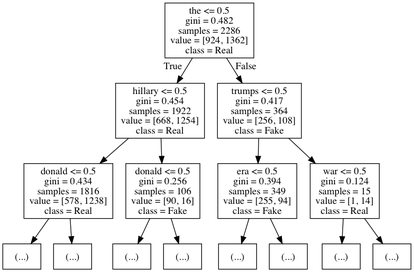
Before: a1/tree.png, a diagram exported from Graphviz (notmahsa/csc411). Its source is kept beside it as a1/tree.dot.
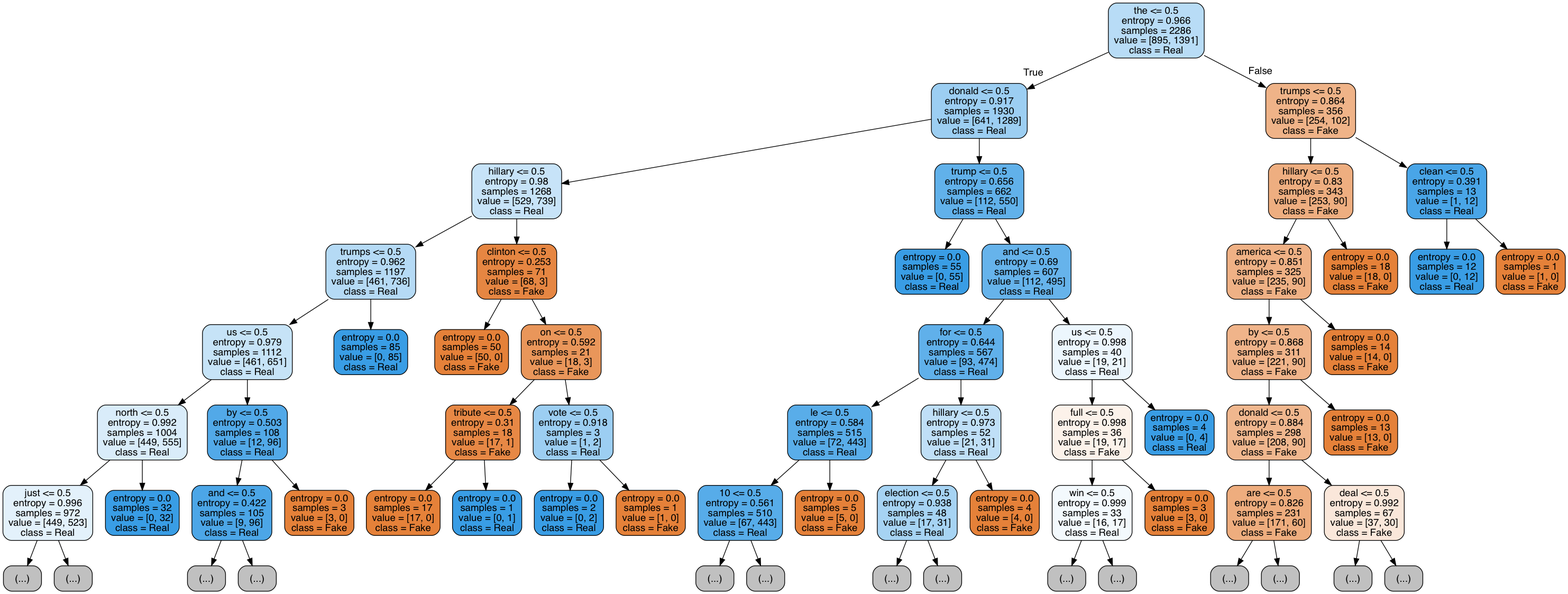
Later version of the same file.

Change to the diagram source:
```diff
@@ -1,32 +1,129 @@
 digraph Tree {
-node [shape=box] ;
-0 [label="the <= 0.5\ngini = 0.482\nsamples = 2286\nvalue = [924, 1362]\nclass = Real"] ;
-1 [label="hillary <= 0.5\ngini = 0.454\nsamples = 1922\nvalue = [668, 1254]\nclass = Real"] ;
+node [shape=box, style="filled, rounded", color="black", fontname=helvetica] ;
+edge [fontname=helvetica] ;
+0 [label="the <= 0.5\nentropy = 0.966\nsamples = 2286\nvalue = [895, 1391]\nclass = Real", fillcolor="#399de55b"] ;
+1 [label="donald <= 0.5\nentropy = 0.917\nsamples = 1930\nvalue = [641, 1289]\nclass = Real", fillcolor="#399de580"] ;
 0 -> 1 [labeldistance=2.5, labelangle=45, headlabel="True"] ;
-2 [label="donald <= 0.5\ngini = 0.434\nsamples = 1816\nvalue = [578, 1238]\nclass = Real"] ;
+2 [label="hillary <= 0.5\nentropy = 0.98\nsamples = 1268\nvalue = [529, 739]\nclass = Real", fillcolor="#399de548"] ;
 1 -> 2 ;
-3 [label="(...)"] ;
+3 [label="trumps <= 0.5\nentropy = 0.962\nsamples = 1197\nvalue = [461, 736]\nclass = Real", fillcolor="#399de55f"] ;
 2 -> 3 ;
-462 [label="(...)"] ;
-2 -> 462 ;
-609 [label="donald <= 0.5\ngini = 0.256\nsamples = 106\nvalue = [90, 16]\nclass = Fake"] ;
-1 -> 609 ;
-610 [label="(...)"] ;
-609 -> 610 ;
-613 [label="(...)"] ;
-609 -> 613 ;
-630 [label="trumps <= 0.5\ngini = 0.417\nsamples = 364\nvalue = [256, 108]\nclass = Fake"] ;
-0 -> 630 [labeldistance=2.5, labelangle=-45, headlabel="False"] ;
-631 [label="era <= 0.5\ngini = 0.394\nsamples = 349\nvalue = [255, 94]\nclass = Fake"] ;
-630 -> 631 ;
-632 [label="(...)"] ;
-631 -> 632 ;
-793 [label="(...)"] ;
-631 -> 793 ;
-794 [label="war <= 0.5\ngini = 0.124\nsamples = 15\nvalue = [1, 14]\nclass = Real"] ;
-630 -> 794 ;
-795 [label="(...)"] ;
-794 -> 795 ;
-796 [label="(...)"] ;
-794 -> 796 ;
+4 [label="us <= 0.5\nentropy = 0.979\nsamples = 1112\nvalue = [461, 651]\nclass = Real", fillcolor="#399de54a"] ;
+3 -> 4 ;
+5 [label="north <= 0.5\nentropy = 0.992\nsamples = 1004\nvalue = [449, 555]\nclass = Real", fillcolor="#399de531"] ;
+4 -> 5 ;
+6 [label="just <= 0.5\nentropy = 0.996\nsamples = 972\nvalue = [449, 523]\nclass = Real", fillcolor="#399de524"] ;
+5 -> 6 ;
+7 [label="(...)", fillcolor="#C0C0C0"] ;
+6 -> 7 ;
+440 [label="(...)", fillcolor="#C0C0C0"] ;
+6 -> 440 ;
+445 [label="entropy = 0.0\nsamples = 32\nvalue = [0, 32]\nclass = Real", fillcolor="#399de5ff"] ;
+5 -> 445 ;
+446 [label="by <= 0.5\nentropy = 0.503\nsamples = 108\nvalue = [12, 96]\nclass = Real", fillcolor="#399de5df"] ;
+4 -> 446 ;
+447 [label="and <= 0.5\nentropy = 0.422\nsamples = 105\nvalue = [9, 96]\nclass = Real", fillcolor="#399de5e7"] ;
+446 -> 447 ;
+448 [label="(...)", fillcolor="#C0C0C0"] ;
+447 -> 448 ;
+457 [label="(...)", fillcolor="#C0C0C0"] ;
+447 -> 457 ;
+464 [label="entropy = 0.0\nsamples = 3\nvalue = [3, 0]\nclass = Fake", fillcolor="#e58139ff"] ;
+446 -> 464 ;
+465 [label="entropy = 0.0\nsamples = 85\nvalue = [0, 85]\nclass = Real", fillcolor="#399de5ff"] ;
+3 -> 465 ;
+466 [label="clinton <= 0.5\nentropy = 0.253\nsamples = 71\nvalue = [68, 3]\nclass = Fake", fillcolor="#e58139f4"] ;
+2 -> 466 ;
+467 [label="entropy = 0.0\nsamples = 50\nvalue = [50, 0]\nclass = Fake", fillcolor="#e58139ff"] ;
+466 -> 467 ;
+468 [label="on <= 0.5\nentropy = 0.592\nsamples = 21\nvalue = [18, 3]\nclass = Fake", fillcolor="#e58139d4"] ;
+466 -> 468 ;
+469 [label="tribute <= 0.5\nentropy = 0.31\nsamples = 18\nvalue = [17, 1]\nclass = Fake", fillcolor="#e58139f0"] ;
+468 -> 469 ;
+470 [label="entropy = 0.0\nsamples = 17\nvalue = [17, 0]\nclass = Fake", fillcolor="#e58139ff"] ;
+469 -> 470 ;
+471 [label="entropy = 0.0\nsamples = 1\nvalue = [0, 1]\nclass = Real", fillcolor="#399de5ff"] ;
+469 -> 471 ;
+472 [label="vote <= 0.5\nentropy = 0.918\nsamples = 3\nvalue = [1, 2]\nclass = Real", fillcolor="#399de57f"] ;
+468 -> 472 ;
+473 [label="entropy = 0.0\nsamples = 2\nvalue = [0, 2]\nclass = Real", fillcolor="#399de5ff"] ;
+472 -> 473 ;
+474 [label="entropy = 0.0\nsamples = 1\nvalue = [1, 0]\nclass = Fake", fillcolor="#e58139ff"] ;
+472 -> 474 ;
+475 [label="trump <= 0.5\nentropy = 0.656\nsamples = 662\nvalue = [112, 550]\nclass = Real", fillcolor="#399de5cb"] ;
+1 -> 475 ;
+476 [label="entropy = 0.0\nsamples = 55\nvalue = [0, 55]\nclass = Real", fillcolor="#399de5ff"] ;
+475 -> 476 ;
+477 [label="and <= 0.5\nentropy = 0.69\nsamples = 607\nvalue = [112, 495]\nclass = Real", fillcolor="#399de5c5"] ;
+475 -> 477 ;
+478 [label="for <= 0.5\nentropy = 0.644\nsamples = 567\nvalue = [93, 474]\nclass = Real", fillcolor="#399de5cd"] ;
+477 -> 478 ;
+479 [label="le <= 0.5\nentropy = 0.584\nsamples = 515\nvalue = [72, 443]\nclass = Real", fillcolor="#399de5d6"] ;
+478 -> 479 ;
+480 [label="10 <= 0.5\nentropy = 0.561\nsamples = 510\nvalue = [67, 443]\nclass = Real", fillcolor="#399de5d8"] ;
+479 -> 480 ;
+481 [label="(...)", fillcolor="#C0C0C0"] ;
+480 -> 481 ;
+588 [label="(...)", fillcolor="#C0C0C0"] ;
+480 -> 588 ;
+589 [label="entropy = 0.0\nsamples = 5\nvalue = [5, 0]\nclass = Fake", fillcolor="#e58139ff"] ;
+479 -> 589 ;
+590 [label="hillary <= 0.5\nentropy = 0.973\nsamples = 52\nvalue = [21, 31]\nclass = Real", fillcolor="#399de552"] ;
+478 -> 590 ;
+591 [label="election <= 0.5\nentropy = 0.938\nsamples = 48\nvalue = [17, 31]\nclass = Real", fillcolor="#399de573"] ;
+590 -> 591 ;
+592 [label="(...)", fillcolor="#C0C0C0"] ;
+591 -> 592 ;
+617 [label="(...)", fillcolor="#C0C0C0"] ;
+591 -> 617 ;
+618 [label="entropy = 0.0\nsamples = 4\nvalue = [4, 0]\nclass = Fake", fillcolor="#e58139ff"] ;
+590 -> 618 ;
+619 [label="us <= 0.5\nentropy = 0.998\nsamples = 40\nvalue = [19, 21]\nclass = Real", fillcolor="#399de518"] ;
+477 -> 619 ;
+620 [label="full <= 0.5\nentropy = 0.998\nsamples = 36\nvalue = [19, 17]\nclass = Fake", fillcolor="#e581391b"] ;
+619 -> 620 ;
+621 [label="win <= 0.5\nentropy = 0.999\nsamples = 33\nvalue = [16, 17]\nclass = Real", fillcolor="#399de50f"] ;
+620 -> 621 ;
+622 [label="(...)", fillcolor="#C0C0C0"] ;
+621 -> 622 ;
+645 [label="(...)", fillcolor="#C0C0C0"] ;
+621 -> 645 ;
+646 [label="entropy = 0.0\nsamples = 3\nvalue = [3, 0]\nclass = Fake", fillcolor="#e58139ff"] ;
+620 -> 646 ;
+647 [label="entropy = 0.0\nsamples = 4\nvalue = [0, 4]\nclass = Real", fillcolor="#399de5ff"] ;
+619 -> 647 ;
+648 [label="trumps <= 0.5\nentropy = 0.864\nsamples = 356\nvalue = [254, 102]\nclass = Fake", fillcolor="#e5813999"] ;
+0 -> 648 [labeldistance=2.5, labelangle=-45, headlabel="False"] ;
+649 [label="hillary <= 0.5\nentropy = 0.83\nsamples = 343\nvalue = [253, 90]\nclass = Fake", fillcolor="#e58139a4"] ;
+648 -> 649 ;
+650 [label="america <= 0.5\nentropy = 0.851\nsamples = 325\nvalue = [235, 90]\nclass = Fake", fillcolor="#e581399d"] ;
+649 -> 650 ;
+651 [label="by <= 0.5\nentropy = 0.868\nsamples = 311\nvalue = [221, 90]\nclass = Fake", fillcolor="#e5813997"] ;
+650 -> 651 ;
+652 [label="donald <= 0.5\nentropy = 0.884\nsamples = 298\nvalue = [208, 90]\nclass = Fake", fillcolor="#e5813991"] ;
+651 -> 652 ;
+653 [label="are <= 0.5\nentropy = 0.826\nsamples = 231\nvalue = [171, 60]\nclass = Fake", fillcolor="#e58139a6"] ;
+652 -> 653 ;
+654 [label="(...)", fillcolor="#C0C0C0"] ;
+653 -> 654 ;
+765 [label="(...)", fillcolor="#C0C0C0"] ;
+653 -> 765 ;
+766 [label="deal <= 0.5\nentropy = 0.992\nsamples = 67\nvalue = [37, 30]\nclass = Fake", fillcolor="#e5813930"] ;
+652 -> 766 ;
+767 [label="(...)", fillcolor="#C0C0C0"] ;
+766 -> 767 ;
+810 [label="(...)", fillcolor="#C0C0C0"] ;
+766 -> 810 ;
+811 [label="entropy = 0.0\nsamples = 13\nvalue = [13, 0]\nclass = Fake", fillcolor="#e58139ff"] ;
+651 -> 811 ;
+812 [label="entropy = 0.0\nsamples = 14\nvalue = [14, 0]\nclass = Fake", fillcolor="#e58139ff"] ;
+650 -> 812 ;
+813 [label="entropy = 0.0\nsamples = 18\nvalue = [18, 0]\nclass = Fake", fillcolor="#e58139ff"] ;
+649 -> 813 ;
+814 [label="clean <= 0.5\nentropy = 0.391\nsamples = 13\nvalue = [1, 12]\nclass = Real", fillcolor="#399de5ea"] ;
+648 -> 814 ;
+815 [label="entropy = 0.0\nsamples = 12\nvalue = [0, 12]\nclass = Real", fillcolor="#399de5ff"] ;
+814 -> 815 ;
+816 [label="entropy = 0.0\nsamples = 1\nvalue = [1, 0]\nclass = Fake", fillcolor="#e58139ff"] ;
+814 -> 816 ;
 }
```
